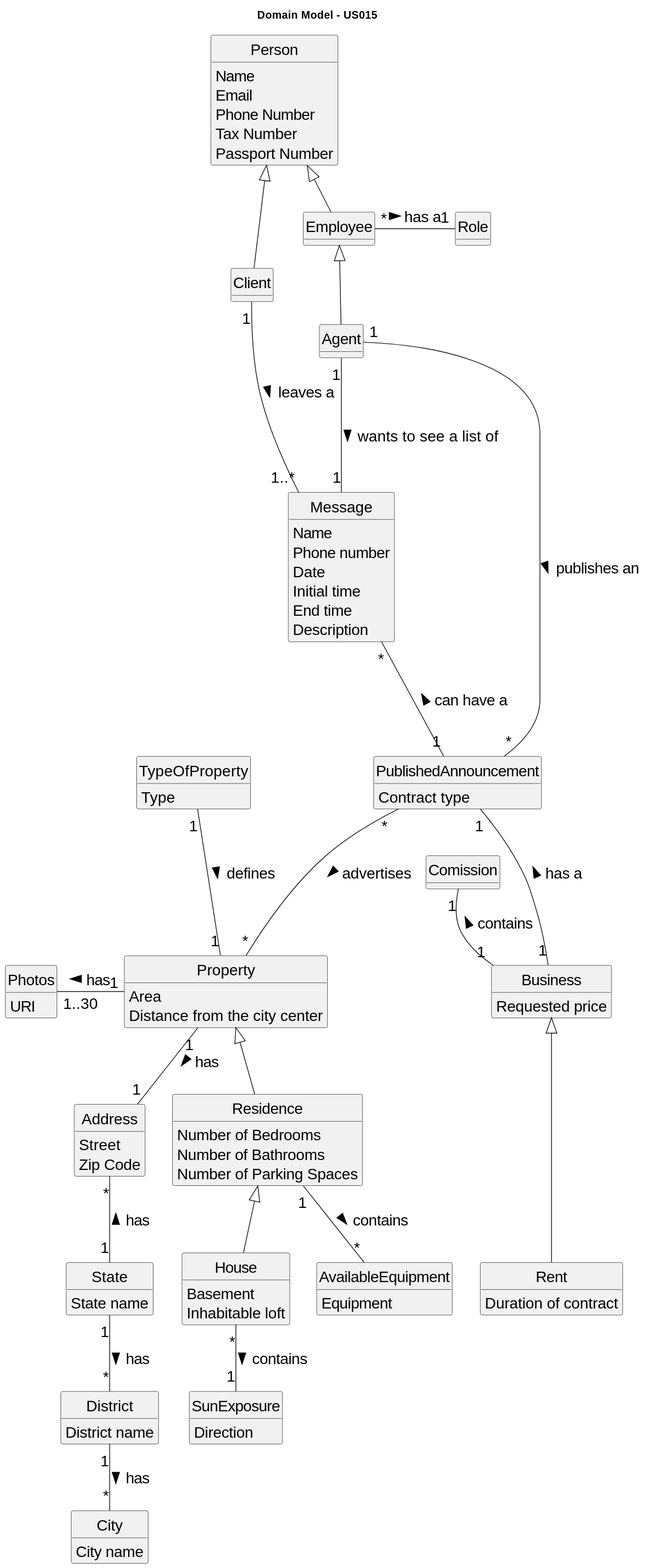
PureNimble/ISEP-LAPR2 keeps this PlantUML diagram as docs/sprintD/US015/02.analysis/svg/us015-domain-model.svg. Above is the earlier version.
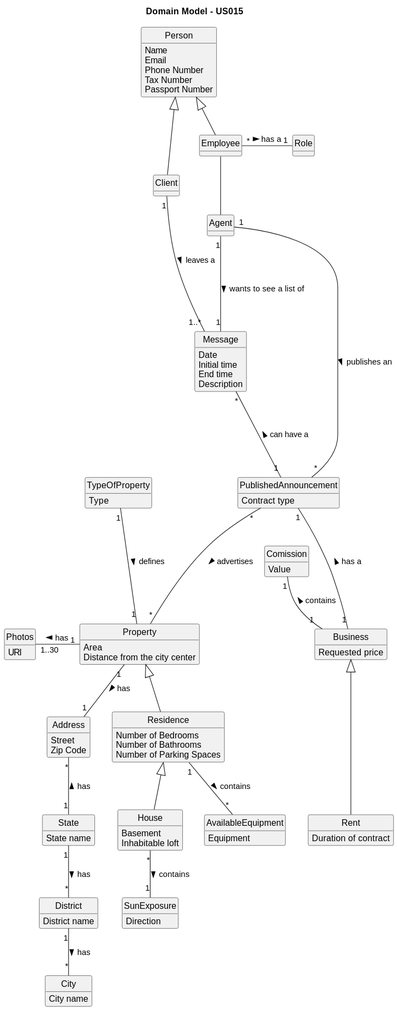
The same diagram one commit later.

Commit message:
US 16 - Domain model small correction + added svg US 15 - Domain model small correction + added svg Us 9 - Domain model small correction + added svg

What changed in the source:
```diff
@@ -1,5 +1,4 @@
 @startuml
-skinparamlocked defaultFontSize 20
 skinparam monochrome true
 skinparam packageStyle rectangle
 skinparam shadowing false
@@ -16,8 +15,6 @@
  }
 
  class Message{
-     Name
-     Phone number
      Date
      Initial time
      End time
@@ -114,7 +111,9 @@
      Contract type
  }
 
-
+class Comission{
+Value
+}
 
  class Role{
 
@@ -130,7 +129,7 @@
 
 Agent "1" --- "1" Message: wants to see a list of >
 Person <|-- Employee
-Employee <|-- Agent
+Employee --  Agent
 Person <|-- Client
 
 Comission "1" -- "1" Business : contains <
```
